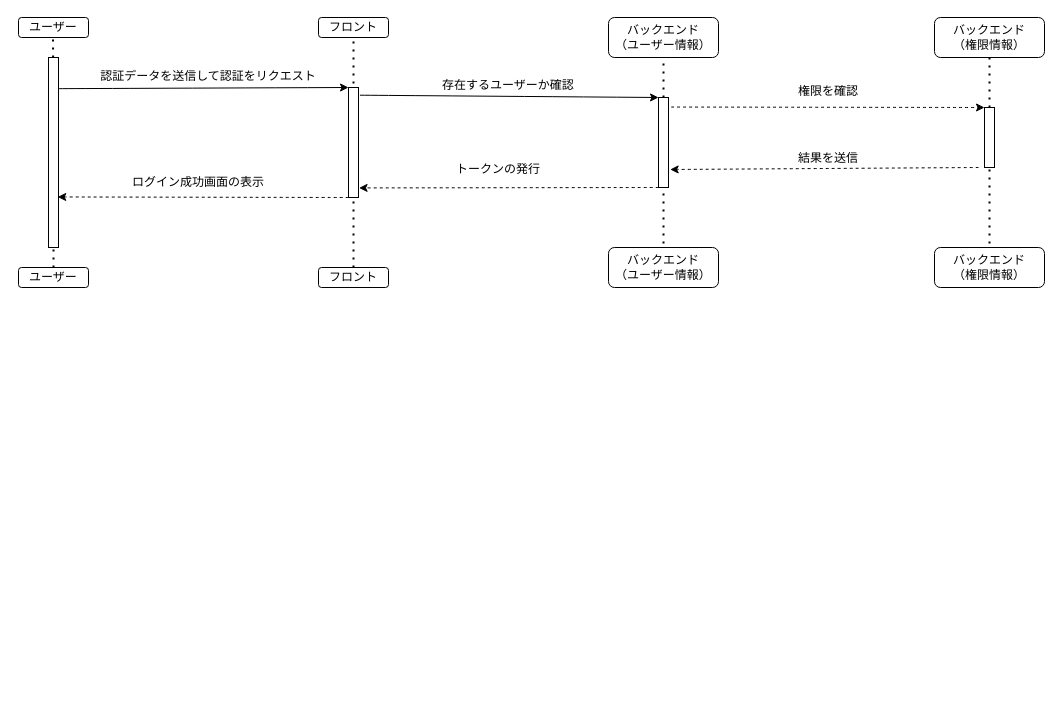
Earlier version of the draw.io diagram saveData/名称未設定ファイル.drawio (takushisato/diagrams). Source tidied: cells renumbered, new cells numbered last; positions are measured from the earlier drawing's top-left corner, leaving out a move shared by most shapes. Both pictures are drawn from the tidied source at 100%, with x=0, y=0 at pixel (18, 17).
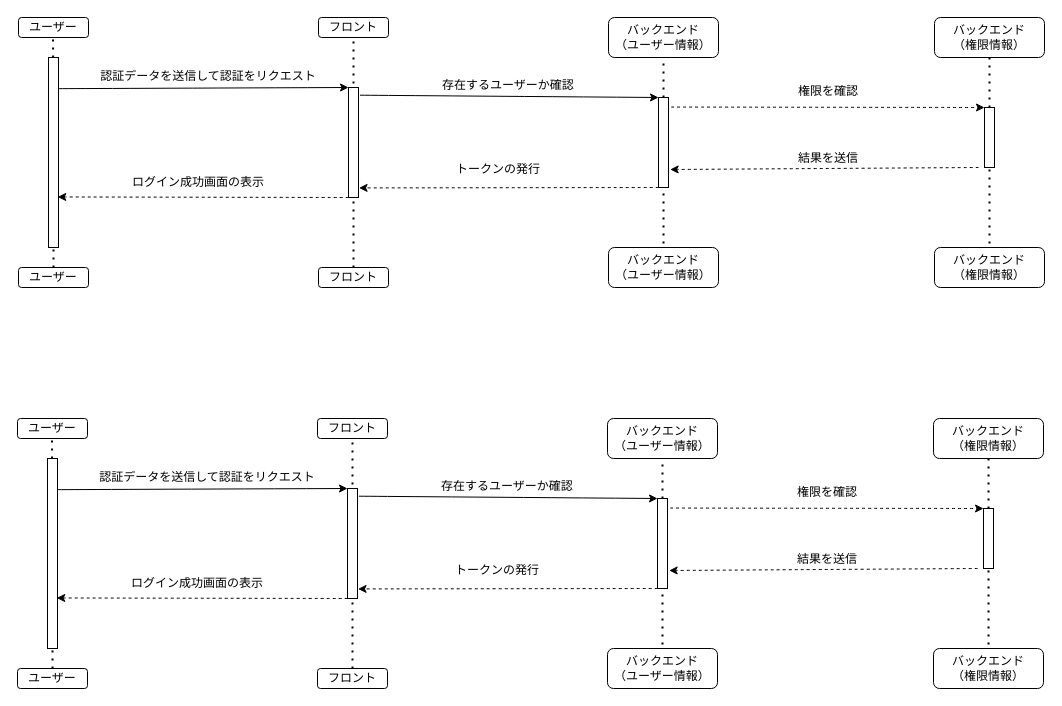
After the change.

Commit message:
名称未設定ファイル.drawio を更新します

Change to the diagram source:
```diff
@@
+    <mxCell id="32" value="ユーザー" style="rounded=1;whiteSpace=wrap;html=1;" parent="1" vertex="1">
+      <mxGeometry x="-1" y="401" width="70" height="20" as="geometry" />
+    </mxCell>
+    <mxCell id="33" value="フロント" style="rounded=1;whiteSpace=wrap;html=1;" parent="1" vertex="1">
+      <mxGeometry x="299" y="401" width="70" height="20" as="geometry" />
+    </mxCell>
+    <mxCell id="34" value="バックエンド&lt;br&gt;（ユーザー情報）&lt;br&gt;" style="rounded=1;whiteSpace=wrap;html=1;" parent="1" vertex="1">
+      <mxGeometry x="589" y="401" width="110" height="40" as="geometry" />
+    </mxCell>
+    <mxCell id="35" style="endArrow=none;dashed=1;html=1;dashPattern=1 3;strokeWidth=2;rounded=0;entryX=0.5;entryY=1;entryDx=0;entryDy=0;" parent="1" edge="1" target="33">
+      <mxGeometry relative="1" as="geometry">
+        <mxPoint x="334" y="651" as="sourcePoint" />
+      </mxGeometry>
+    </mxCell>
+    <mxCell id="36" style="endArrow=none;dashed=1;html=1;dashPattern=1 3;strokeWidth=2;rounded=0;startArrow=none;entryX=0.5;entryY=1;entryDx=0;entryDy=0;" parent="1" edge="1" source="41" target="34">
+      <mxGeometry relative="1" as="geometry" />
+    </mxCell>
+    <mxCell id="37" style="endArrow=none;dashed=1;html=1;dashPattern=1 3;strokeWidth=2;rounded=0;entryX=0.5;entryY=1;entryDx=0;entryDy=0;startArrow=none;" parent="1" edge="1" source="38">
+      <mxGeometry relative="1" as="geometry">
+        <mxPoint x="33.5" y="421" as="targetPoint" />
+      </mxGeometry>
+    </mxCell>
+    <mxCell id="38" style="rounded=0;whiteSpace=wrap;html=1;" parent="1" vertex="1">
+      <mxGeometry x="29" y="441" width="10" height="190" as="geometry" />
+    </mxCell>
+    <mxCell id="39" style="endArrow=none;dashed=1;html=1;dashPattern=1 3;strokeWidth=2;rounded=0;entryX=0.5;entryY=1;entryDx=0;entryDy=0;" parent="1" edge="1" target="38">
+      <mxGeometry relative="1" as="geometry">
+        <mxPoint x="34" y="651" as="sourcePoint" />
+      </mxGeometry>
+    </mxCell>
+    <mxCell id="40" style="rounded=0;whiteSpace=wrap;html=1;" parent="1" vertex="1">
+      <mxGeometry x="329" y="471" width="10" height="110" as="geometry" />
+    </mxCell>
+    <mxCell id="41" style="rounded=0;whiteSpace=wrap;html=1;" parent="1" vertex="1">
+      <mxGeometry x="639" y="481" width="10" height="90" as="geometry" />
+    </mxCell>
+    <mxCell id="42" style="endArrow=none;dashed=1;html=1;dashPattern=1 3;strokeWidth=2;rounded=0;entryX=0.5;entryY=1;entryDx=0;entryDy=0;" parent="1" edge="1" target="41">
+      <mxGeometry relative="1" as="geometry">
+        <mxPoint x="644" y="651" as="sourcePoint" />
+      </mxGeometry>
+    </mxCell>
+    <mxCell id="43" value="存在するユーザーか確認" style="text;html=1;strokeColor=none;fillColor=none;align=center;verticalAlign=middle;whiteSpace=wrap;rounded=0;" parent="1" vertex="1">
+      <mxGeometry x="359" y="454" width="260" height="30" as="geometry" />
+    </mxCell>
+    <mxCell id="44" value="認証データを送信して認証をリクエスト" style="text;html=1;strokeColor=none;fillColor=none;align=center;verticalAlign=middle;whiteSpace=wrap;rounded=0;" parent="1" vertex="1">
+      <mxGeometry x="69" y="445" width="240" height="30" as="geometry" />
+    </mxCell>
+    <mxCell id="45" value="トークンの発行" style="text;html=1;strokeColor=none;fillColor=none;align=center;verticalAlign=middle;whiteSpace=wrap;rounded=0;" parent="1" vertex="1">
+      <mxGeometry x="359" y="538" width="240" height="30" as="geometry" />
+    </mxCell>
+    <mxCell id="46" value="ログイン成功画面の表示" style="text;html=1;strokeColor=none;fillColor=none;align=center;verticalAlign=middle;whiteSpace=wrap;rounded=0;" parent="1" vertex="1">
+      <mxGeometry x="59" y="551" width="240" height="30" as="geometry" />
+    </mxCell>
+    <mxCell id="47" value="バックエンド&lt;br&gt;（権限情報）&lt;br&gt;" style="rounded=1;whiteSpace=wrap;html=1;" parent="1" vertex="1">
+      <mxGeometry x="915" y="401" width="110" height="40" as="geometry" />
+    </mxCell>
+    <mxCell id="48" style="endArrow=none;dashed=1;html=1;dashPattern=1 3;strokeWidth=2;rounded=0;" parent="1" edge="1">
+      <mxGeometry relative="1" as="geometry">
+        <mxPoint x="970" y="651" as="sourcePoint" />
+        <mxPoint x="970" y="441" as="targetPoint" />
+      </mxGeometry>
+    </mxCell>
+    <mxCell id="49" value="権限を確認" style="text;html=1;strokeColor=none;fillColor=none;align=center;verticalAlign=middle;whiteSpace=wrap;rounded=0;" parent="1" vertex="1">
+      <mxGeometry x="679" y="460" width="260" height="30" as="geometry" />
+    </mxCell>
+    <mxCell id="50" style="rounded=0;whiteSpace=wrap;html=1;" parent="1" vertex="1">
+      <mxGeometry x="965" y="491" width="10" height="60" as="geometry" />
+    </mxCell>
+    <mxCell id="51" value="結果を送信" style="text;html=1;strokeColor=none;fillColor=none;align=center;verticalAlign=middle;whiteSpace=wrap;rounded=0;" parent="1" vertex="1">
+      <mxGeometry x="679" y="527.4" width="260" height="30" as="geometry" />
+    </mxCell>
+    <mxCell id="52" value="ユーザー" style="rounded=1;whiteSpace=wrap;html=1;" parent="1" vertex="1">
+      <mxGeometry x="-1" y="651" width="70" height="20" as="geometry" />
+    </mxCell>
+    <mxCell id="53" value="フロント" style="rounded=1;whiteSpace=wrap;html=1;" parent="1" vertex="1">
+      <mxGeometry x="299" y="651" width="70" height="20" as="geometry" />
+    </mxCell>
+    <mxCell id="54" value="バックエンド&lt;br&gt;（ユーザー情報）&lt;br&gt;" style="rounded=1;whiteSpace=wrap;html=1;" parent="1" vertex="1">
+      <mxGeometry x="589" y="631" width="110" height="40" as="geometry" />
+    </mxCell>
+    <mxCell id="55" value="バックエンド&lt;br&gt;（権限情報）&lt;br&gt;" style="rounded=1;whiteSpace=wrap;html=1;" parent="1" vertex="1">
+      <mxGeometry x="915" y="631" width="110" height="40" as="geometry" />
+    </mxCell>
+    <mxCell id="56" style="endArrow=classic;html=1;curved=1;exitX=1.144;exitY=0.07;exitDx=0;exitDy=0;entryX=0;entryY=0;entryDx=0;entryDy=0;exitPerimeter=0;" parent="1" edge="1" source="40" target="41">
+      <mxGeometry relative="1" as="geometry" />
+    </mxCell>
+    <mxCell id="57" style="endArrow=classic;html=1;curved=1;entryX=0;entryY=0;entryDx=0;entryDy=0;spacing=2;exitX=0.967;exitY=0.164;exitDx=0;exitDy=0;exitPerimeter=0;" parent="1" edge="1" source="38" target="40">
+      <mxGeometry relative="1" as="geometry" />
+    </mxCell>
+    <mxCell id="58" style="endArrow=classic;html=1;dashed=1;curved=1;exitX=0;exitY=1;exitDx=0;exitDy=0;endSize=6;startSize=6;entryX=1.056;entryY=0.913;entryDx=0;entryDy=0;entryPerimeter=0;" parent="1" edge="1" source="41" target="40">
+      <mxGeometry relative="1" as="geometry" />
+    </mxCell>
+    <mxCell id="59" style="endArrow=classic;html=1;dashed=1;curved=1;entryX=1.167;entryY=0.8;entryDx=0;entryDy=0;entryPerimeter=0;" parent="1" edge="1" target="41">
+      <mxGeometry relative="1" as="geometry">
+        <mxPoint x="959" y="551" as="sourcePoint" />
+      </mxGeometry>
+    </mxCell>
+    <mxCell id="60" style="endArrow=classic;html=1;curved=1;exitX=0;exitY=1;exitDx=0;exitDy=0;entryX=0.922;entryY=0.734;entryDx=0;entryDy=0;entryPerimeter=0;spacing=2;dashed=1;" parent="1" edge="1" source="40" target="38">
+      <mxGeometry relative="1" as="geometry" />
+    </mxCell>
+    <mxCell id="61" style="endArrow=classic;html=1;dashed=1;curved=1;entryX=0;entryY=0;entryDx=0;entryDy=0;exitX=1.278;exitY=0.106;exitDx=0;exitDy=0;exitPerimeter=0;" parent="1" edge="1" source="41" target="50">
+      <mxGeometry relative="1" as="geometry" />
+    </mxCell>
```
